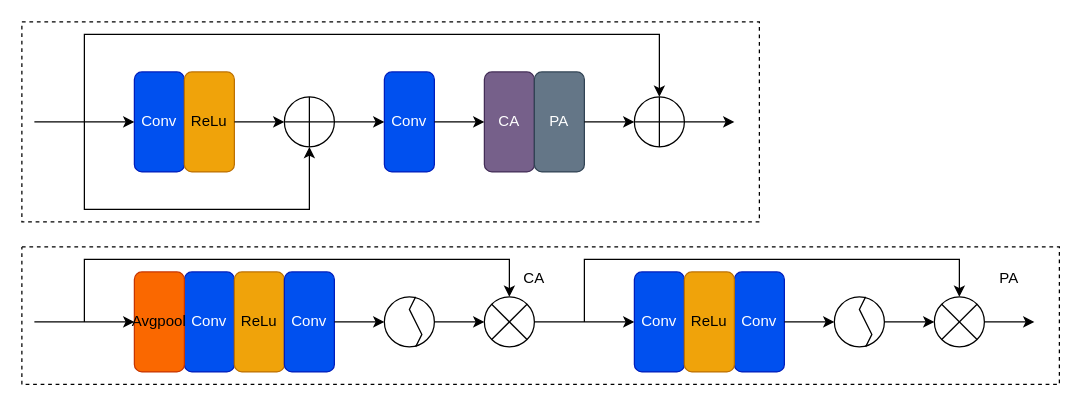
The draw.io diagram CA.drawio in lgq622/long, before the edit. Source tidied: cells renumbered, new cells numbered last; positions are measured from the earlier drawing's top-left corner, leaving out a move shared by most shapes. Both pictures are drawn from the tidied source at 125%, with x=0, y=0 at pixel (21, 21).
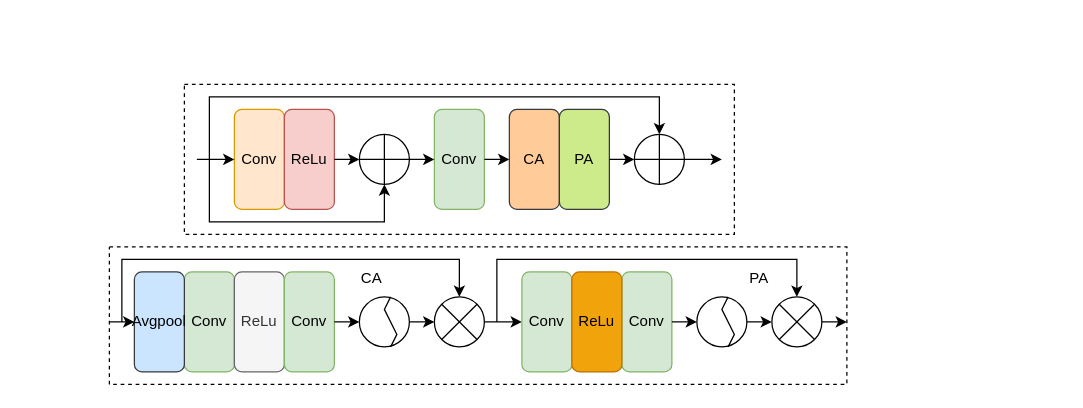
Above is the later version.

The edit, as a diff of the source:
```diff
@@
-    <mxCell id="2" value="Conv" style="rounded=1;whiteSpace=wrap;html=1;fillColor=#0050ef;strokeColor=#001DBC;fontColor=#ffffff;direction=south;" parent="1" vertex="1">
-      <mxGeometry x="90" y="40" width="40" height="80" as="geometry" />
+    <mxCell id="2" value="Conv" style="rounded=1;whiteSpace=wrap;html=1;fillColor=#ffe6cc;strokeColor=#d79b00;direction=south;" parent="1" vertex="1">
+      <mxGeometry x="170" y="70" width="40" height="80" as="geometry" />
     </mxCell>
-    <mxCell id="3" value="ReLu" style="rounded=1;whiteSpace=wrap;html=1;fillColor=#f0a30a;strokeColor=#BD7000;direction=south;fontColor=#000000;" parent="1" vertex="1">
-      <mxGeometry x="130" y="40" width="40" height="80" as="geometry" />
+    <mxCell id="3" value="ReLu" style="rounded=1;whiteSpace=wrap;html=1;fillColor=#f8cecc;strokeColor=#b85450;direction=south;" parent="1" vertex="1">
+      <mxGeometry x="210" y="70" width="40" height="80" as="geometry" />
     </mxCell>
-    <mxCell id="4" value="CA" style="rounded=1;whiteSpace=wrap;html=1;fillColor=#76608a;fontColor=#ffffff;strokeColor=#432D57;direction=south;" parent="1" vertex="1">
-      <mxGeometry x="370" y="40" width="40" height="80" as="geometry" />
+    <mxCell id="4" value="CA" style="rounded=1;whiteSpace=wrap;html=1;fillColor=#ffcc99;strokeColor=#36393d;direction=south;" parent="1" vertex="1">
+      <mxGeometry x="390" y="70" width="40" height="80" as="geometry" />
     </mxCell>
-    <mxCell id="5" value="PA" style="rounded=1;whiteSpace=wrap;html=1;fillColor=#647687;fontColor=#ffffff;strokeColor=#314354;direction=south;" parent="1" vertex="1">
-      <mxGeometry x="410" y="40" width="40" height="80" as="geometry" />
+    <mxCell id="5" value="PA" style="rounded=1;whiteSpace=wrap;html=1;fillColor=#cdeb8b;strokeColor=#36393d;direction=south;" parent="1" vertex="1">
+      <mxGeometry x="430" y="70" width="40" height="80" as="geometry" />
     </mxCell>
-    <mxCell id="6" style="endArrow=classic;html=1;rounded=0;entryX=0.5;entryY=1;entryDx=0;entryDy=0;" parent="1" edge="1" target="2">
+    <mxCell id="6" style="endArrow=classic;html=1;rounded=0;entryX=0.5;entryY=1;entryDx=0;entryDy=0;exitX=0.5;exitY=1;exitDx=0;exitDy=0;" parent="1" edge="1" target="2">
       <mxGeometry relative="1" as="geometry">
-        <mxPoint x="10" y="80" as="sourcePoint" />
+        <mxPoint x="140" y="110" as="sourcePoint" />
       </mxGeometry>
     </mxCell>
-    <mxCell id="7" value="Conv" style="rounded=1;whiteSpace=wrap;html=1;fillColor=#0050ef;strokeColor=#001DBC;fontColor=#ffffff;direction=south;" parent="1" vertex="1">
-      <mxGeometry x="290" y="40" width="40" height="80" as="geometry" />
+    <mxCell id="7" value="Conv" style="rounded=1;whiteSpace=wrap;html=1;fillColor=#d5e8d4;strokeColor=#82b366;direction=south;" parent="1" vertex="1">
+      <mxGeometry x="330" y="70" width="40" height="80" as="geometry" />
     </mxCell>
-    <mxCell id="8" style="endArrow=classic;html=1;rounded=0;exitX=0.5;exitY=0;exitDx=0;exitDy=0;" parent="1" edge="1" source="3">
+    <mxCell id="8" style="endArrow=classic;html=1;rounded=0;exitX=0.5;exitY=0;exitDx=0;exitDy=0;entryX=0.5;entryY=0;entryDx=0;entryDy=0;" parent="1" edge="1" source="3">
       <mxGeometry relative="1" as="geometry">
-        <mxPoint x="210" y="80" as="targetPoint" />
+        <mxPoint x="270" y="110" as="targetPoint" />
       </mxGeometry>
     </mxCell>
-    <mxCell id="9" style="ellipse;whiteSpace=wrap;html=1;" parent="1" vertex="1">
-      <mxGeometry x="210" y="60" width="40" height="40" as="geometry" />
+    <mxCell id="9" style="ellipse;whiteSpace=wrap;html=1;direction=east;" parent="1" vertex="1">
+      <mxGeometry x="270" y="90" width="40" height="40" as="geometry" />
     </mxCell>
@@
-    <mxCell id="12" style="endArrow=classic;html=1;rounded=0;exitX=1;exitY=0.5;exitDx=0;exitDy=0;" parent="1" edge="1" source="9">
+    <mxCell id="12" style="endArrow=classic;html=1;rounded=0;exitX=1;exitY=0.5;exitDx=0;exitDy=0;entryX=1;entryY=0.5;entryDx=0;entryDy=0;" parent="1" edge="1" source="9">
       <mxGeometry relative="1" as="geometry">
-        <mxPoint x="290" y="80" as="targetPoint" />
+        <mxPoint x="330" y="110" as="targetPoint" />
       </mxGeometry>
     </mxCell>
-    <mxCell id="13" style="endArrow=classic;html=1;rounded=0;" parent="1" edge="1">
+    <mxCell id="13" style="endArrow=classic;html=1;rounded=0;entryX=0.5;entryY=1;entryDx=0;entryDy=0;exitX=0.5;exitY=1;exitDx=0;exitDy=0;" parent="1" edge="1" target="9">
       <mxGeometry relative="1" as="geometry">
-        <mxPoint x="50" y="80" as="sourcePoint" />
-        <mxPoint x="230" y="100" as="targetPoint" />
+        <mxPoint x="150" y="110" as="sourcePoint" />
         <Array as="points">
-          <mxPoint x="50" y="150" />
-          <mxPoint x="230" y="150" />
+          <mxPoint x="150" y="160" />
+          <mxPoint x="290" y="160" />
         </Array>
       </mxGeometry>
     </mxCell>
-    <mxCell id="14" style="endArrow=classic;html=1;rounded=0;exitX=0.5;exitY=0;exitDx=0;exitDy=0;" parent="1" edge="1" source="7">
+    <mxCell id="14" style="endArrow=classic;html=1;rounded=0;exitX=0.5;exitY=0;exitDx=0;exitDy=0;entryX=0.5;entryY=0;entryDx=0;entryDy=0;" parent="1" edge="1" source="7">
       <mxGeometry relative="1" as="geometry">
-        <mxPoint x="370" y="80" as="targetPoint" />
+        <mxPoint x="390" y="110" as="targetPoint" />
       </mxGeometry>
     </mxCell>
-    <mxCell id="15" style="endArrow=classic;html=1;rounded=0;exitX=0.5;exitY=0;exitDx=0;exitDy=0;" parent="1" edge="1" source="5">
+    <mxCell id="15" style="endArrow=classic;html=1;rounded=0;exitX=0.5;exitY=0;exitDx=0;exitDy=0;entryX=0.5;entryY=0;entryDx=0;entryDy=0;" parent="1" edge="1" source="5">
       <mxGeometry relative="1" as="geometry">
-        <mxPoint x="490" y="80" as="targetPoint" />
+        <mxPoint x="490" y="110" as="targetPoint" />
       </mxGeometry>
     </mxCell>
-    <mxCell id="16" style="ellipse;whiteSpace=wrap;html=1;" parent="1" vertex="1">
-      <mxGeometry x="490" y="60" width="40" height="40" as="geometry" />
+    <mxCell id="16" style="ellipse;whiteSpace=wrap;html=1;direction=east;" parent="1" vertex="1">
+      <mxGeometry x="490" y="90" width="40" height="40" as="geometry" />
     </mxCell>
@@
-    <mxCell id="19" style="endArrow=classic;html=1;rounded=0;exitX=1;exitY=0.5;exitDx=0;exitDy=0;" parent="1" edge="1" source="16">
+    <mxCell id="19" style="endArrow=classic;html=1;rounded=0;exitX=1;exitY=0.5;exitDx=0;exitDy=0;entryX=1;entryY=0.5;entryDx=0;entryDy=0;" parent="1" edge="1" source="16">
       <mxGeometry relative="1" as="geometry">
-        <mxPoint x="570" y="80" as="targetPoint" />
+        <mxPoint x="560" y="110" as="targetPoint" />
       </mxGeometry>
     </mxCell>
-    <mxCell id="20" style="endArrow=classic;html=1;rounded=0;" parent="1" edge="1">
+    <mxCell id="20" style="endArrow=classic;html=1;rounded=0;entryX=0.5;entryY=0;entryDx=0;entryDy=0;exitX=0.5;exitY=0;exitDx=0;exitDy=0;" parent="1" edge="1" target="16">
       <mxGeometry relative="1" as="geometry">
-        <mxPoint x="50" y="80" as="sourcePoint" />
-        <mxPoint x="510" y="60" as="targetPoint" />
+        <mxPoint x="150" y="110" as="sourcePoint" />
         <Array as="points">
-          <mxPoint x="50" y="10" />
-          <mxPoint x="300" y="10" />
-          <mxPoint x="510" y="10" />
+          <mxPoint x="150" y="60" />
+          <mxPoint x="380" y="60" />
+          <mxPoint x="510" y="60" />
         </Array>
       </mxGeometry>
     </mxCell>
-    <mxCell id="21" value="Conv" style="rounded=1;whiteSpace=wrap;html=1;fillColor=#0050ef;strokeColor=#001DBC;fontColor=#ffffff;direction=south;" parent="1" vertex="1">
+    <mxCell id="21" value="Conv" style="rounded=1;whiteSpace=wrap;html=1;fillColor=#d5e8d4;strokeColor=#82b366;direction=south;" parent="1" vertex="1">
       <mxGeometry x="130" y="200" width="40" height="80" as="geometry" />
     </mxCell>
-    <mxCell id="22" value="ReLu" style="rounded=1;whiteSpace=wrap;html=1;fillColor=#f0a30a;strokeColor=#BD7000;direction=south;fontColor=#000000;" parent="1" vertex="1">
+    <mxCell id="22" value="ReLu" style="rounded=1;whiteSpace=wrap;html=1;fillColor=#f5f5f5;strokeColor=#666666;direction=south;fontColor=#333333;" parent="1" vertex="1">
       <mxGeometry x="170" y="200" width="40" height="80" as="geometry" />
     </mxCell>
-    <mxCell id="23" value="Avgpool" style="rounded=1;whiteSpace=wrap;html=1;fillColor=#fa6800;strokeColor=#C73500;direction=south;fontColor=#000000;" parent="1" vertex="1">
+    <mxCell id="23" value="Avgpool" style="rounded=1;whiteSpace=wrap;html=1;fillColor=#cce5ff;strokeColor=#36393d;direction=south;" parent="1" vertex="1">
       <mxGeometry x="90" y="200" width="40" height="80" as="geometry" />
     </mxCell>
-    <mxCell id="24" value="Conv" style="rounded=1;whiteSpace=wrap;html=1;fillColor=#0050ef;strokeColor=#001DBC;fontColor=#ffffff;direction=south;shadow=0;" parent="1" vertex="1">
+    <mxCell id="24" value="Conv" style="rounded=1;whiteSpace=wrap;html=1;fillColor=#d5e8d4;strokeColor=#82b366;direction=south;shadow=0;" parent="1" vertex="1">
       <mxGeometry x="210" y="200" width="40" height="80" as="geometry" />
     </mxCell>
     <mxCell id="25" style="endArrow=classic;html=1;rounded=0;entryX=0.5;entryY=1;entryDx=0;entryDy=0;" parent="1" edge="1" target="23">
       <mxGeometry relative="1" as="geometry">
-        <mxPoint x="10" y="240" as="sourcePoint" />
+        <mxPoint x="70" y="240" as="sourcePoint" />
       </mxGeometry>
     </mxCell>
     <mxCell id="26" style="endArrow=classic;html=1;rounded=0;exitX=0.5;exitY=0;exitDx=0;exitDy=0;" parent="1" edge="1" source="24">
       <mxGeometry relative="1" as="geometry">
-        <mxPoint x="290" y="240" as="targetPoint" />
+        <mxPoint x="270" y="240" as="targetPoint" />
       </mxGeometry>
     </mxCell>
     <mxCell id="27" style="ellipse;whiteSpace=wrap;html=1;" parent="1" vertex="1">
-      <mxGeometry x="290" y="220" width="40" height="40" as="geometry" />
+      <mxGeometry x="270" y="220" width="40" height="40" as="geometry" />
     </mxCell>
     <mxCell id="28" style="endArrow=none;html=1;rounded=0;entryX=0.5;entryY=0;entryDx=0;entryDy=0;exitX=0.5;exitY=1;exitDx=0;exitDy=0;" parent="1" edge="1">
       <mxGeometry relative="1" as="geometry">
-        <mxPoint x="315" y="260" as="sourcePoint" />
-        <mxPoint x="315" y="220" as="targetPoint" />
+        <mxPoint x="295" y="260" as="sourcePoint" />
+        <mxPoint x="295" y="220" as="targetPoint" />
         <Array as="points">
-          <mxPoint x="320" y="250" />
-          <mxPoint x="310" y="230" />
+          <mxPoint x="300" y="250" />
+          <mxPoint x="290" y="230" />
         </Array>
       </mxGeometry>
     </mxCell>
-    <mxCell id="29" style="endArrow=classic;html=1;rounded=0;exitX=1;exitY=0.5;exitDx=0;exitDy=0;" parent="1" edge="1" source="27" target="30">
-      <mxGeometry relative="1" as="geometry" />
+    <mxCell id="29" style="endArrow=classic;html=1;rounded=0;exitX=1;exitY=0.5;exitDx=0;exitDy=0;" parent="1" edge="1" source="27">
+      <mxGeometry relative="1" as="geometry">
+        <mxPoint x="330" y="240" as="targetPoint" />
+      </mxGeometry>
     </mxCell>
     <mxCell id="30" style="ellipse;whiteSpace=wrap;html=1;" parent="1" vertex="1">
-      <mxGeometry x="370" y="220" width="40" height="40" as="geometry" />
+      <mxGeometry x="330" y="220" width="40" height="40" as="geometry" />
     </mxCell>
@@
     <mxCell id="33" style="endArrow=classic;html=1;rounded=0;entryX=0.5;entryY=0;entryDx=0;entryDy=0;" parent="1" edge="1" target="30">
       <mxGeometry relative="1" as="geometry">
-        <mxPoint x="50" y="240" as="sourcePoint" />
+        <mxPoint x="80" y="240" as="sourcePoint" />
         <Array as="points">
-          <mxPoint x="50" y="190" />
-          <mxPoint x="390" y="190" />
+          <mxPoint x="80" y="190" />
+          <mxPoint x="350" y="190" />
         </Array>
       </mxGeometry>
     </mxCell>
     <mxCell id="34" style="endArrow=classic;html=1;rounded=0;exitX=1;exitY=0.5;exitDx=0;exitDy=0;" parent="1" edge="1" source="30">
       <mxGeometry relative="1" as="geometry">
-        <mxPoint x="490" y="240" as="targetPoint" />
+        <mxPoint x="400" y="240" as="targetPoint" />
+        <Array as="points">
+          <mxPoint x="380" y="240" />
+        </Array>
       </mxGeometry>
     </mxCell>
     <mxCell id="35" style="endArrow=classic;html=1;rounded=0;entryX=0.5;entryY=0;entryDx=0;entryDy=0;" parent="1" edge="1" target="43">
       <mxGeometry relative="1" as="geometry">
-        <mxPoint x="450" y="240" as="sourcePoint" />
+        <mxPoint x="380" y="240" as="sourcePoint" />
         <Array as="points">
-          <mxPoint x="450" y="190" />
-          <mxPoint x="750" y="190" />
+          <mxPoint x="380" y="190" />
+          <mxPoint x="620" y="190" />
         </Array>
       </mxGeometry>
     </mxCell>
-    <mxCell id="36" value="Conv" style="rounded=1;whiteSpace=wrap;html=1;fillColor=#0050ef;strokeColor=#001DBC;fontColor=#ffffff;direction=south;" parent="1" vertex="1">
-      <mxGeometry x="570" y="200" width="40" height="80" as="geometry" />
+    <mxCell id="36" value="Conv" style="rounded=1;whiteSpace=wrap;html=1;fillColor=#d5e8d4;strokeColor=#82b366;direction=south;" parent="1" vertex="1">
+      <mxGeometry x="480" y="200" width="40" height="80" as="geometry" />
     </mxCell>
-    <mxCell id="37" value="Conv" style="rounded=1;whiteSpace=wrap;html=1;fillColor=#0050ef;strokeColor=#001DBC;fontColor=#ffffff;direction=south;" parent="1" vertex="1">
-      <mxGeometry x="490" y="200" width="40" height="80" as="geometry" />
+    <mxCell id="37" value="Conv" style="rounded=1;whiteSpace=wrap;html=1;fillColor=#d5e8d4;strokeColor=#82b366;direction=south;" parent="1" vertex="1">
+      <mxGeometry x="400" y="200" width="40" height="80" as="geometry" />
     </mxCell>
     <mxCell id="38" value="ReLu" style="rounded=1;whiteSpace=wrap;html=1;fillColor=#f0a30a;strokeColor=#BD7000;direction=south;fontColor=#000000;" parent="1" vertex="1">
-      <mxGeometry x="530" y="200" width="40" height="80" as="geometry" />
+      <mxGeometry x="440" y="200" width="40" height="80" as="geometry" />
     </mxCell>
     <mxCell id="39" style="endArrow=classic;html=1;rounded=0;exitX=0.5;exitY=0;exitDx=0;exitDy=0;" parent="1" edge="1" source="36">
       <mxGeometry relative="1" as="geometry">
-        <mxPoint x="650" y="240" as="targetPoint" />
+        <mxPoint x="540" y="240" as="targetPoint" />
       </mxGeometry>
     </mxCell>
     <mxCell id="40" style="ellipse;whiteSpace=wrap;html=1;" parent="1" vertex="1">
-      <mxGeometry x="650" y="220" width="40" height="40" as="geometry" />
+      <mxGeometry x="540" y="220" width="40" height="40" as="geometry" />
     </mxCell>
     <mxCell id="41" style="endArrow=none;html=1;rounded=0;entryX=0.5;entryY=0;entryDx=0;entryDy=0;exitX=0.5;exitY=1;exitDx=0;exitDy=0;" parent="1" edge="1">
       <mxGeometry relative="1" as="geometry">
-        <mxPoint x="675" y="260" as="sourcePoint" />
-        <mxPoint x="675" y="220" as="targetPoint" />
+        <mxPoint x="565" y="260" as="sourcePoint" />
+        <mxPoint x="565" y="220" as="targetPoint" />
         <Array as="points">
-          <mxPoint x="680" y="250" />
-          <mxPoint x="670" y="230" />
+          <mxPoint x="570" y="250" />
+          <mxPoint x="560" y="230" />
         </Array>
       </mxGeometry>
     </mxCell>
     <mxCell id="42" style="endArrow=classic;html=1;rounded=0;exitX=1;exitY=0.5;exitDx=0;exitDy=0;" parent="1" edge="1" source="40">
       <mxGeometry relative="1" as="geometry">
-        <mxPoint x="730" y="240" as="targetPoint" />
+        <mxPoint x="600" y="240" as="targetPoint" />
       </mxGeometry>
     </mxCell>
     <mxCell id="43" style="ellipse;whiteSpace=wrap;html=1;" parent="1" vertex="1">
-      <mxGeometry x="730" y="220" width="40" height="40" as="geometry" />
+      <mxGeometry x="600" y="220" width="40" height="40" as="geometry" />
     </mxCell>
@@
     <mxCell id="46" style="endArrow=classic;html=1;rounded=0;exitX=1;exitY=0.5;exitDx=0;exitDy=0;" parent="1" edge="1" source="43">
       <mxGeometry relative="1" as="geometry">
-        <mxPoint x="810" y="240" as="targetPoint" />
+        <mxPoint x="660" y="240" as="targetPoint" />
       </mxGeometry>
     </mxCell>
     <mxCell id="47" style="endArrow=none;dashed=1;html=1;rounded=0;" parent="1" edge="1">
       <mxGeometry relative="1" as="geometry">
-        <mxPoint as="sourcePoint" />
-        <mxPoint as="targetPoint" />
+        <mxPoint x="130" y="50" as="sourcePoint" />
+        <mxPoint x="130" y="50" as="targetPoint" />
         <Array as="points">
-          <mxPoint x="590" />
-          <mxPoint x="590" y="160" />
-          <mxPoint y="160" />
+          <mxPoint x="570" y="50" />
+          <mxPoint x="570" y="170" />
+          <mxPoint x="130" y="170" />
         </Array>
       </mxGeometry>
     </mxCell>
     <mxCell id="48" style="endArrow=none;dashed=1;html=1;rounded=0;" parent="1" edge="1">
       <mxGeometry relative="1" as="geometry">
-        <mxPoint y="180" as="sourcePoint" />
-        <mxPoint y="180" as="targetPoint" />
+        <mxPoint x="70" y="180" as="sourcePoint" />
+        <mxPoint x="70" y="180" as="targetPoint" />
         <Array as="points">
-          <mxPoint x="830" y="180" />
-          <mxPoint x="830" y="290" />
-          <mxPoint y="290" />
+          <mxPoint x="660" y="180" />
+          <mxPoint x="660" y="290" />
+          <mxPoint x="70" y="290" />
         </Array>
       </mxGeometry>
     </mxCell>
     <mxCell id="49" value="CA" style="text;html=1;align=center;verticalAlign=middle;whiteSpace=wrap;rounded=0;" parent="1" vertex="1">
-      <mxGeometry x="380" y="190" width="60" height="30" as="geometry" />
+      <mxGeometry x="250" y="190" width="60" height="30" as="geometry" />
     </mxCell>
     <mxCell id="50" value="PA" style="text;html=1;align=center;verticalAlign=middle;whiteSpace=wrap;rounded=0;" parent="1" vertex="1">
-      <mxGeometry x="760" y="190" width="60" height="30" as="geometry" />
+      <mxGeometry x="560" y="190" width="60" height="30" as="geometry" />
     </mxCell>
```
